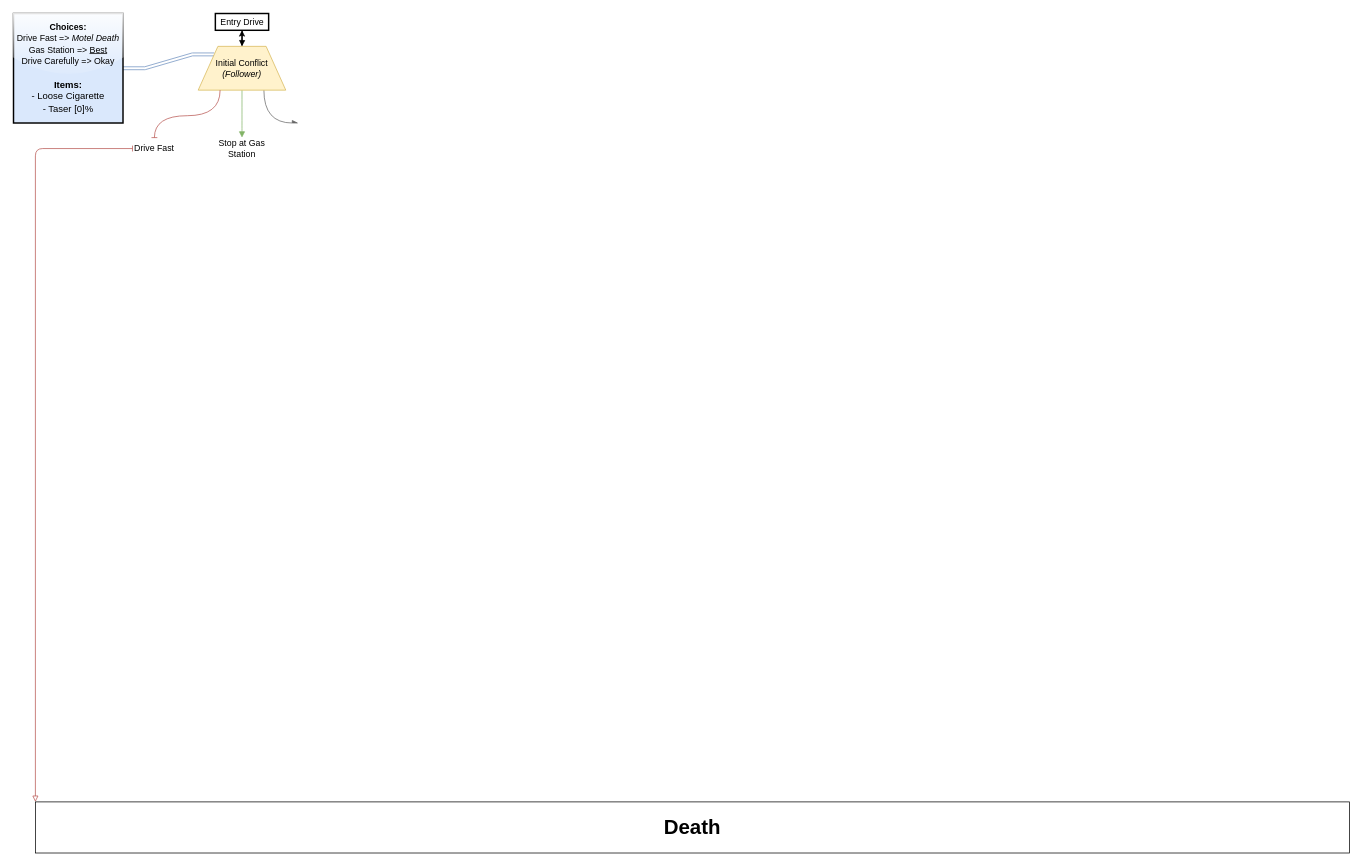
The draw.io diagram Untitled Diagram.drawio in DrTemperance/ProjectTILLIE, before the edit. Source tidied: cells renumbered, new cells numbered last; positions are measured from the earlier drawing's top-left corner, leaving out a move shared by most shapes. Both pictures are drawn from the tidied source at 73%, with x=0, y=0 at pixel (13, 13).
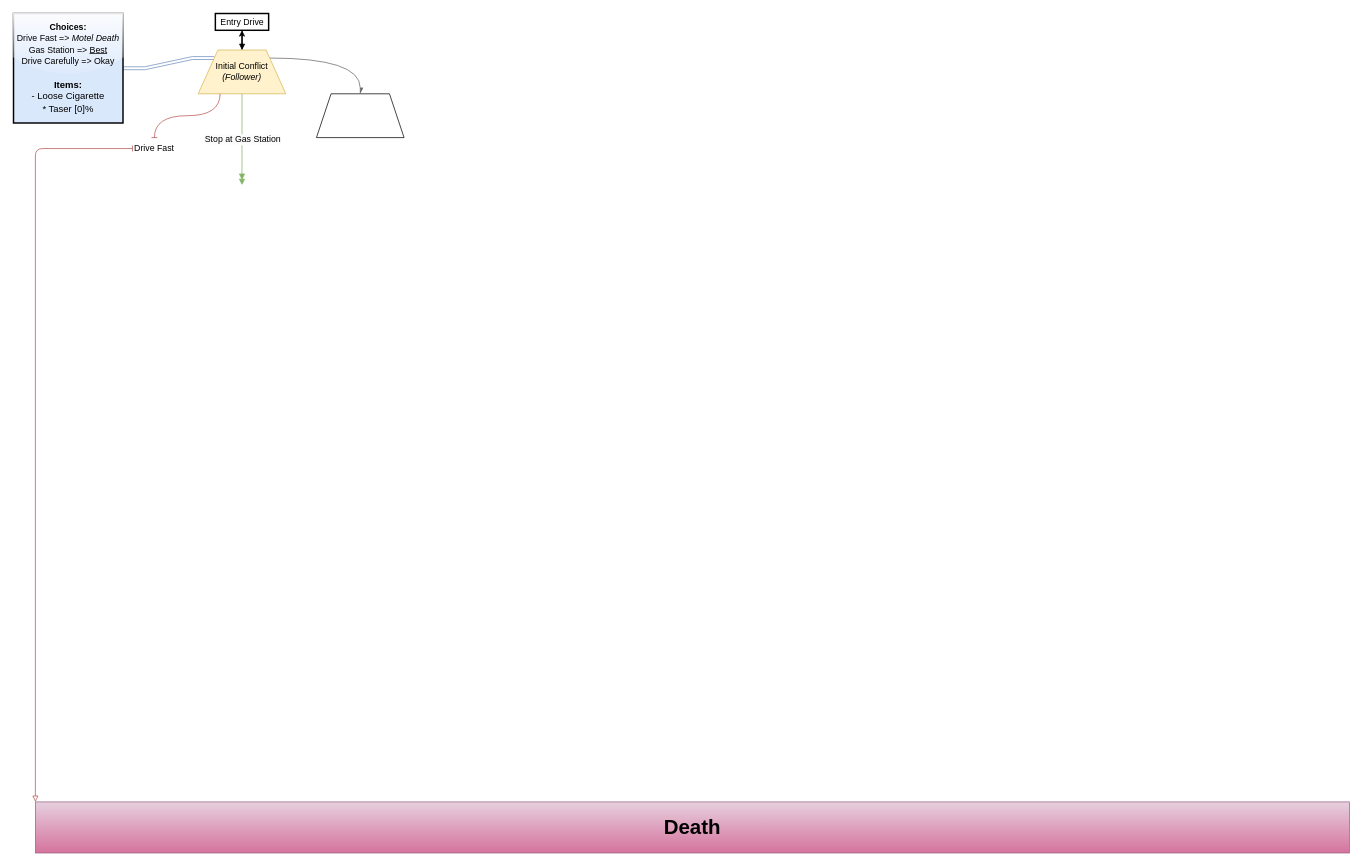
The same diagram, later.

Change to the diagram source:
```diff
@@
-    <mxCell id="5" style="edgeStyle=orthogonalEdgeStyle;rounded=0;jettySize=auto;html=1;entryX=0.5;entryY=0;entryDx=0;entryDy=0;curved=1;startArrow=none;startFill=0;endArrow=block;endFill=1;fillColor=#d5e8d4;strokeColor=#82b366;" parent="1" edge="1" target="13">
-      <mxGeometry relative="1" as="geometry">
-        <mxPoint x="313" y="105" as="sourcePoint" />
-        <Array as="points">
-          <mxPoint x="313" y="160" />
-          <mxPoint x="313" y="160" />
-        </Array>
-      </mxGeometry>
-    </mxCell>
@@
-    <mxCell id="7" style="edgeStyle=orthogonalEdgeStyle;rounded=0;jettySize=auto;html=1;exitX=0.75;exitY=1;exitDx=0;exitDy=0;curved=1;endArrow=async;endFill=1;fillColor=#f5f5f5;gradientColor=#b3b3b3;strokeColor=#666666;" parent="1" edge="1" source="9">
+    <mxCell id="7" style="edgeStyle=orthogonalEdgeStyle;rounded=0;jettySize=auto;html=1;exitX=1;exitY=0;exitDx=0;exitDy=0;curved=1;endArrow=async;endFill=1;fillColor=#f5f5f5;gradientColor=#b3b3b3;strokeColor=#666666;entryX=0.5;entryY=0;entryDx=0;entryDy=0;" parent="1" edge="1" source="9" target="16">
       <mxGeometry relative="1" as="geometry">
-        <mxPoint x="390" y="150" as="targetPoint" />
         <Array as="points">
-          <mxPoint x="343" y="150" />
+          <mxPoint x="475" y="61" />
         </Array>
       </mxGeometry>
     </mxCell>
@@
     <mxCell id="9" value="Initial Conflict&lt;br&gt;&lt;i&gt;(Follower)&lt;/i&gt;" style="shape=trapezoid;perimeter=trapezoidPerimeter;whiteSpace=wrap;html=1;fixedSize=1;fillColor=#fff2cc;strokeColor=#d6b656;size=27;" parent="1" vertex="1">
-      <mxGeometry x="253" y="45" width="120" height="60" as="geometry" />
+      <mxGeometry x="253" y="50" width="120" height="60" as="geometry" />
     </mxCell>
-    <mxCell id="10" value="&lt;b&gt;&lt;font style=&quot;font-size: 28px;&quot;&gt;Death&lt;/font&gt;&lt;/b&gt;" style="rounded=0;whiteSpace=wrap;html=1;align=center;" parent="1" vertex="1">
+    <mxCell id="10" value="&lt;b&gt;&lt;font style=&quot;font-size: 28px;&quot;&gt;Death&lt;/font&gt;&lt;/b&gt;" style="rounded=0;whiteSpace=wrap;html=1;align=center;fillColor=#e6d0de;gradientColor=#d5739d;strokeColor=#996185;" parent="1" vertex="1">
       <mxGeometry x="30" y="1080" width="1800" height="70" as="geometry" />
     </mxCell>
@@
+    <mxCell id="14" value="&lt;p style=&quot;line-height: 130%;&quot;&gt;&lt;b&gt;Choices:&lt;br&gt;&lt;/b&gt;Drive Fast =&amp;gt; &lt;i&gt;Motel Death&lt;/i&gt;&lt;br&gt;Gas Station =&amp;gt; &lt;u&gt;Best&lt;br&gt;&lt;/u&gt;Drive Carefully =&amp;gt; Okay&lt;br&gt;&lt;br&gt;&lt;font style=&quot;font-size: 13px;&quot;&gt;&lt;b&gt;Items:&lt;/b&gt;&lt;br&gt;&lt;span style=&quot;background-color: initial;&quot;&gt;- Loose Cigarette&lt;/span&gt;&lt;br&gt;&lt;span style=&quot;background-color: initial;&quot;&gt;* Taser [0]%&lt;/span&gt;&lt;br&gt;&lt;/font&gt;&lt;/p&gt;" style="whiteSpace=wrap;html=1;fillColor=#dae8fc;strokeColor=default;strokeWidth=2;gradientColor=none;rounded=0;glass=1;shadow=0;" parent="1" vertex="1">
+      <mxGeometry width="150" height="150" as="geometry" />
+    </mxCell>
+    <mxCell id="15" style="endArrow=doubleBlock;html=1;rounded=0;exitX=0.5;exitY=1;exitDx=0;exitDy=0;fillColor=#d5e8d4;gradientColor=#97d077;strokeColor=#82b366;endFill=1;targetPerimeterSpacing=0;edgeStyle=orthogonalEdgeStyle;curved=1;" parent="1" edge="1" source="9">
+      <mxGeometry relative="1" as="geometry">
+        <mxPoint x="313" y="235" as="targetPoint" />
+      </mxGeometry>
+    </mxCell>
-    <mxCell id="13" value="Stop at Gas Station" style="text;html=1;strokeColor=none;fillColor=none;align=center;verticalAlign=middle;whiteSpace=wrap;rounded=0;" parent="1" vertex="1">
-      <mxGeometry x="273" y="170" width="80" height="30" as="geometry" />
+    <mxCell id="13" value="&lt;span style=&quot;color: rgb(0, 0, 0); font-family: Helvetica; font-size: 12px; font-style: normal; font-variant-ligatures: normal; font-variant-caps: normal; font-weight: 400; letter-spacing: normal; orphans: 2; text-align: center; text-indent: 0px; text-transform: none; widows: 2; word-spacing: 0px; -webkit-text-stroke-width: 0px; background-color: rgb(251, 251, 251); text-decoration-thickness: initial; text-decoration-style: initial; text-decoration-color: initial; float: none; display: inline !important;&quot;&gt;Stop at Gas Station&lt;/span&gt;" style="edgeLabel;html=1;align=center;verticalAlign=middle;" parent="15" vertex="1">
+      <mxGeometry relative="1" as="geometry" />
     </mxCell>
-    <mxCell id="14" value="&lt;p style=&quot;line-height: 130%;&quot;&gt;&lt;b&gt;Choices:&lt;br&gt;&lt;/b&gt;Drive Fast =&amp;gt; &lt;i&gt;Motel Death&lt;/i&gt;&lt;br&gt;Gas Station =&amp;gt; &lt;u&gt;Best&lt;br&gt;&lt;/u&gt;Drive Carefully =&amp;gt; Okay&lt;br&gt;&lt;br&gt;&lt;font style=&quot;font-size: 13px;&quot;&gt;&lt;b&gt;Items:&lt;/b&gt;&lt;br&gt;&lt;span style=&quot;background-color: initial;&quot;&gt;- Loose Cigarette&lt;/span&gt;&lt;br&gt;&lt;span style=&quot;background-color: initial;&quot;&gt;- Taser [0]%&lt;/span&gt;&lt;br&gt;&lt;/font&gt;&lt;/p&gt;" style="whiteSpace=wrap;html=1;fillColor=#dae8fc;strokeColor=default;strokeWidth=2;gradientColor=none;rounded=0;glass=1;shadow=0;" parent="1" vertex="1">
-      <mxGeometry width="150" height="150" as="geometry" />
-    </mxCell>
+    <mxCell id="16" style="shape=trapezoid;perimeter=trapezoidPerimeter;whiteSpace=wrap;html=1;fixedSize=1;" parent="1" vertex="1">
+      <mxGeometry x="415" y="110" width="120" height="60" as="geometry" />
+    </mxCell>
```
